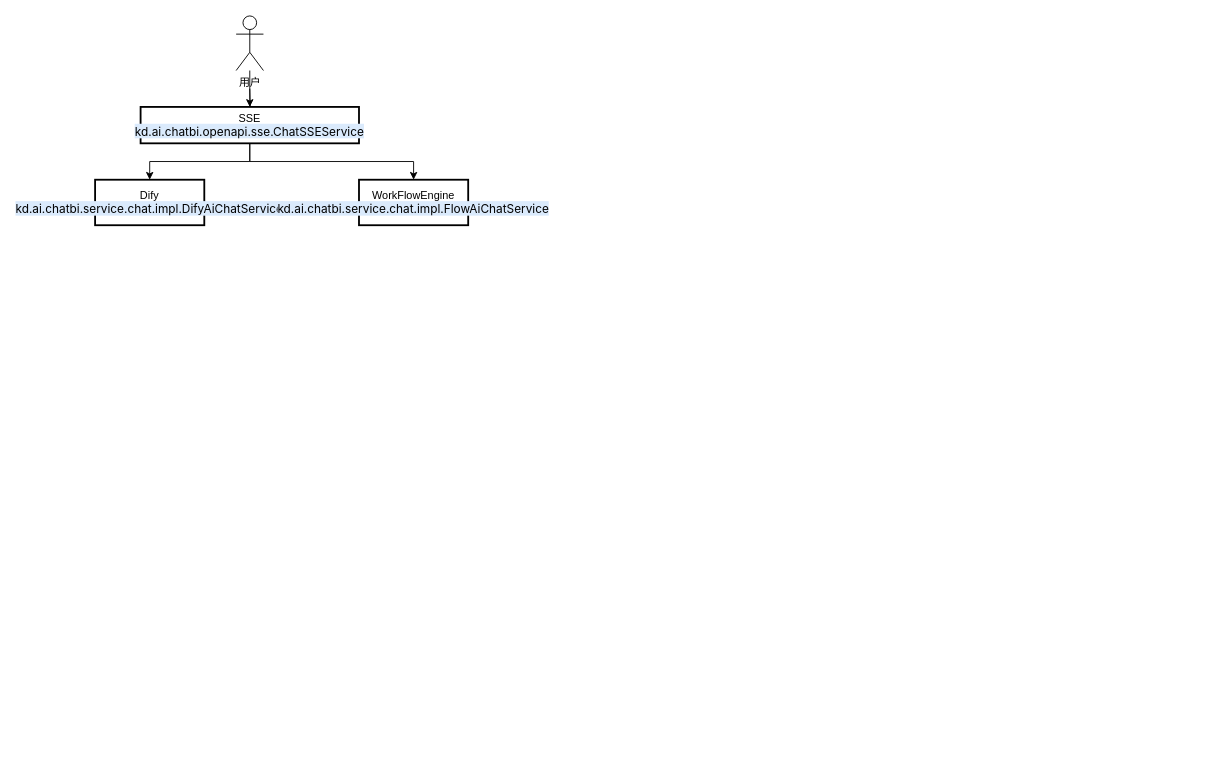
The draw.io diagram ChatBI主要流程图.drawio in zousiquan/design-drawing, before the edit. Source tidied: cells renumbered, new cells numbered last; positions are measured from the earlier drawing's top-left corner, leaving out a move shared by most shapes. Both pictures are drawn from the tidied source at 91%, with x=0, y=0 at pixel (95, 15).
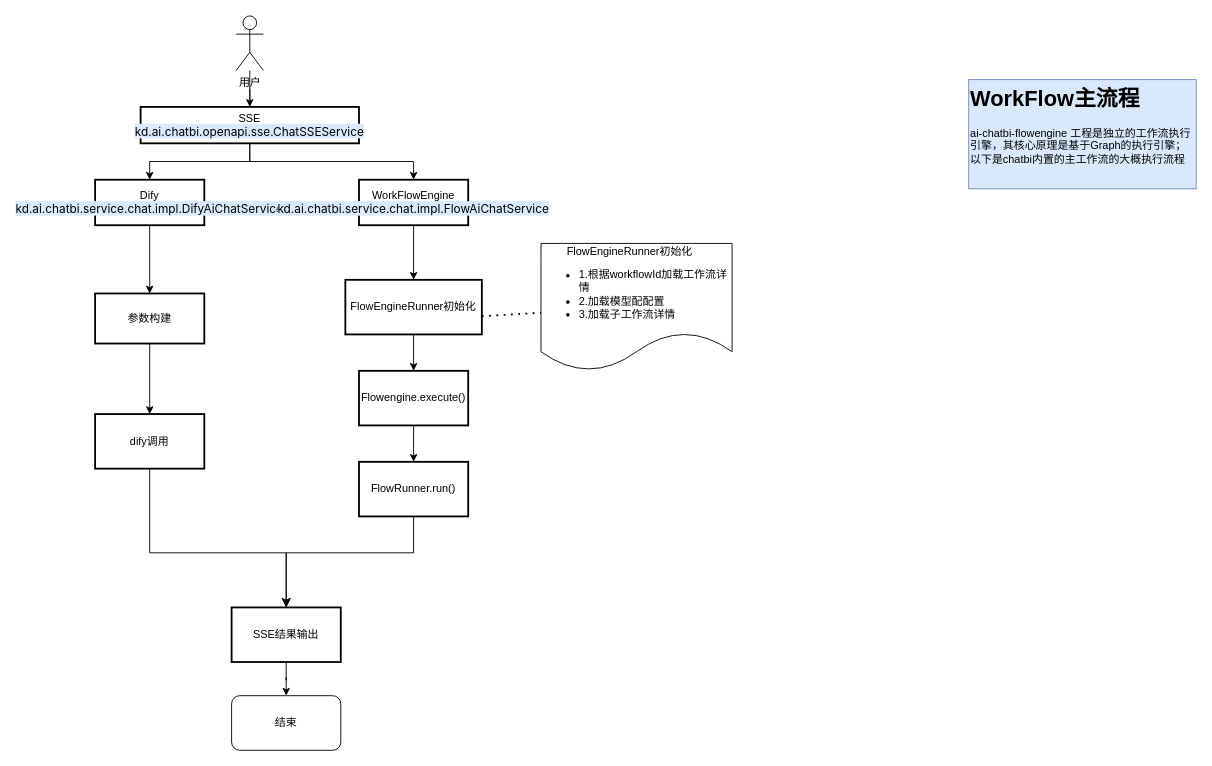
Above is the later version.

Commit message (it also covers changes not shown here):
更新ChatBI主要流程图.drawio

Unchanged cells that the change refers to:
```xml
<mxCell id="7" value="Dify&lt;div&gt;&lt;span style=&quot;font-family: -apple-system, BlinkMacSystemFont, Arial, &amp;quot;Microsoft YaHei&amp;quot;, &amp;quot;Microsoft JhengHei&amp;quot;, &amp;quot;Helvetica Neue&amp;quot;, sans-serif; font-size: 13px; text-align: start; white-space: pre-wrap; background-color: rgb(218, 234, 252);&quot;&gt;kd.ai.chatbi.service.chat.impl.DifyAiChatService&lt;/span&gt;&lt;br&gt;&lt;/div&gt;" style="whiteSpace=wrap;html=1;strokeWidth=2;" parent="1" vertex="1">
  <mxGeometry y="180" width="120" height="50" as="geometry" />
</mxCell>
<mxCell id="8" value="WorkFlowEngine&lt;div&gt;&lt;span style=&quot;font-family: -apple-system, BlinkMacSystemFont, Arial, &amp;quot;Microsoft YaHei&amp;quot;, &amp;quot;Microsoft JhengHei&amp;quot;, &amp;quot;Helvetica Neue&amp;quot;, sans-serif; font-size: 13px; text-align: start; white-space: pre-wrap; background-color: rgb(218, 234, 252);&quot;&gt;kd.ai.chatbi.service.chat.impl.FlowAiChatService&lt;/span&gt;&lt;br&gt;&lt;/div&gt;" style="whiteSpace=wrap;html=1;strokeWidth=2;" parent="1" vertex="1">
  <mxGeometry x="290" y="180" width="120" height="50" as="geometry" />
</mxCell>
```

Change to the diagram source:
```diff
@@
+    <mxCell id="10" style="edgeStyle=orthogonalEdgeStyle;rounded=0;jettySize=auto;html=1;" parent="1" edge="1" source="7" target="20">
+      <mxGeometry relative="1" as="geometry" />
+    </mxCell>
@@
+    <mxCell id="11" style="edgeStyle=orthogonalEdgeStyle;rounded=0;jettySize=auto;html=1;" parent="1" edge="1" source="8" target="13">
+      <mxGeometry relative="1" as="geometry" />
+    </mxCell>
@@
+    <mxCell id="12" style="edgeStyle=orthogonalEdgeStyle;rounded=0;jettySize=auto;html=1;" parent="1" edge="1" source="13" target="17">
+      <mxGeometry relative="1" as="geometry" />
+    </mxCell>
+    <mxCell id="13" value="FlowEngineRunner初始化" style="whiteSpace=wrap;html=1;strokeWidth=2;" parent="1" vertex="1">
+      <mxGeometry x="275" y="290" width="150" height="60" as="geometry" />
+    </mxCell>
+    <mxCell id="14" value="&amp;nbsp; &amp;nbsp; &amp;nbsp; &amp;nbsp; FlowEngineRunner初始化&lt;div&gt;&lt;ul&gt;&lt;li&gt;1.根据workflowId加载工作流详情&lt;/li&gt;&lt;li&gt;2.加载模型配配置&lt;/li&gt;&lt;li style=&quot;&quot;&gt;3.加载子工作流详情&lt;/li&gt;&lt;/ul&gt;&lt;/div&gt;" style="shape=document;whiteSpace=wrap;html=1;boundedLbl=1;align=left;" parent="1" vertex="1">
+      <mxGeometry x="490" y="250" width="210" height="140" as="geometry" />
+    </mxCell>
+    <mxCell id="15" style="endArrow=none;dashed=1;html=1;dashPattern=1 3;strokeWidth=2;rounded=0;" parent="1" edge="1" target="14">
+      <mxGeometry relative="1" as="geometry">
+        <mxPoint x="425" y="330" as="sourcePoint" />
+      </mxGeometry>
+    </mxCell>
+    <mxCell id="16" style="edgeStyle=orthogonalEdgeStyle;rounded=0;jettySize=auto;html=1;" parent="1" edge="1" source="17" target="18">
+      <mxGeometry relative="1" as="geometry" />
+    </mxCell>
+    <mxCell id="17" value="Flowengine.execute()" style="whiteSpace=wrap;html=1;strokeWidth=2;" parent="1" vertex="1">
+      <mxGeometry x="290" y="390" width="120" height="60" as="geometry" />
+    </mxCell>
+    <mxCell id="18" value="FlowRunner.run()" style="whiteSpace=wrap;html=1;strokeWidth=2;" parent="1" vertex="1">
+      <mxGeometry x="290" y="490" width="120" height="60" as="geometry" />
+    </mxCell>
+    <mxCell id="19" style="edgeStyle=orthogonalEdgeStyle;rounded=0;jettySize=auto;html=1;" parent="1" edge="1" source="20" target="22">
+      <mxGeometry relative="1" as="geometry" />
+    </mxCell>
+    <mxCell id="20" value="参数构建" style="whiteSpace=wrap;html=1;strokeWidth=2;" parent="1" vertex="1">
+      <mxGeometry y="305" width="120" height="55" as="geometry" />
+    </mxCell>
+    <mxCell id="21" style="edgeStyle=orthogonalEdgeStyle;rounded=0;jettySize=auto;html=1;" parent="1" edge="1" source="22" target="24">
+      <mxGeometry relative="1" as="geometry">
+        <Array as="points">
+          <mxPoint x="60" y="590" />
+          <mxPoint x="210" y="590" />
+        </Array>
+      </mxGeometry>
+    </mxCell>
+    <mxCell id="22" value="dify调用" style="whiteSpace=wrap;html=1;strokeWidth=2;" parent="1" vertex="1">
+      <mxGeometry y="437.5" width="120" height="60" as="geometry" />
+    </mxCell>
+    <mxCell id="23" style="edgeStyle=orthogonalEdgeStyle;rounded=0;jettySize=auto;html=1;" parent="1" edge="1" source="24" target="26">
+      <mxGeometry relative="1" as="geometry" />
+    </mxCell>
+    <mxCell id="24" value="SSE结果输出" style="whiteSpace=wrap;html=1;strokeWidth=2;" parent="1" vertex="1">
+      <mxGeometry x="150" y="650" width="120" height="60" as="geometry" />
+    </mxCell>
+    <mxCell id="25" style="edgeStyle=segmentEdgeStyle;endArrow=classic;html=1;curved=0;rounded=0;endSize=8;startSize=8;sourcePerimeterSpacing=0;targetPerimeterSpacing=0;exitX=0.5;exitY=1;exitDx=0;exitDy=0;entryX=0.5;entryY=0;entryDx=0;entryDy=0;" parent="1" edge="1" source="18" target="24">
+      <mxGeometry relative="1" as="geometry">
+        <Array as="points">
+          <mxPoint x="350" y="590" />
+          <mxPoint x="210" y="590" />
+        </Array>
+      </mxGeometry>
+    </mxCell>
+    <mxCell id="26" value="结束" style="rounded=1;whiteSpace=wrap;html=1;" parent="1" vertex="1">
+      <mxGeometry x="150" y="747" width="120" height="60" as="geometry" />
+    </mxCell>
+    <mxCell id="27" value="&lt;h1 style=&quot;margin-top: 0px;&quot;&gt;WorkFlow主流程&lt;/h1&gt;&lt;p&gt;ai-chatbi-flowengine 工程是独立的工作流执行引擎，其核心原理是基于Graph的执行引擎；以下是chatbi内置的主工作流的大概执行流程&lt;/p&gt;" style="text;html=1;whiteSpace=wrap;overflow=hidden;rounded=0;fillColor=#dae8fc;strokeColor=#6c8ebf;" parent="1" vertex="1">
+      <mxGeometry x="960" y="70" width="250" height="120" as="geometry" />
+    </mxCell>
```
